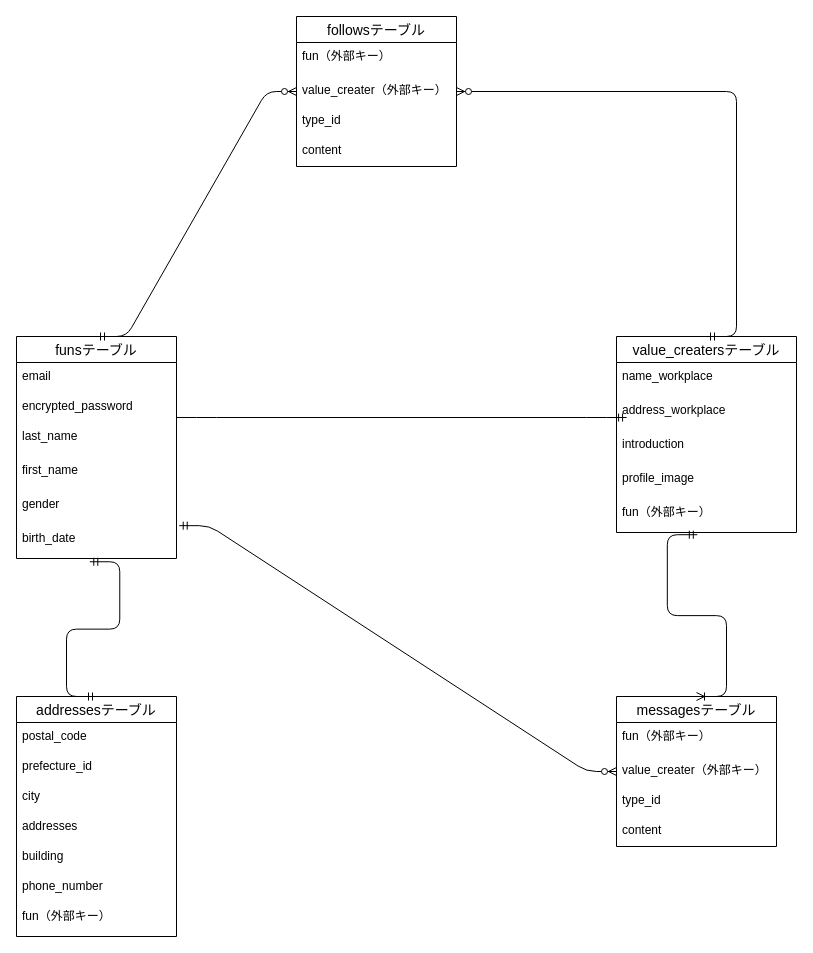
The draw.io diagram funup.dio in Onthevillage/funup, before the edit. Source tidied: cells renumbered, new cells numbered last; positions are measured from the earlier drawing's top-left corner, leaving out a move shared by most shapes. Both pictures are drawn from the tidied source at 100%, with x=0, y=0 at pixel (16, 16).
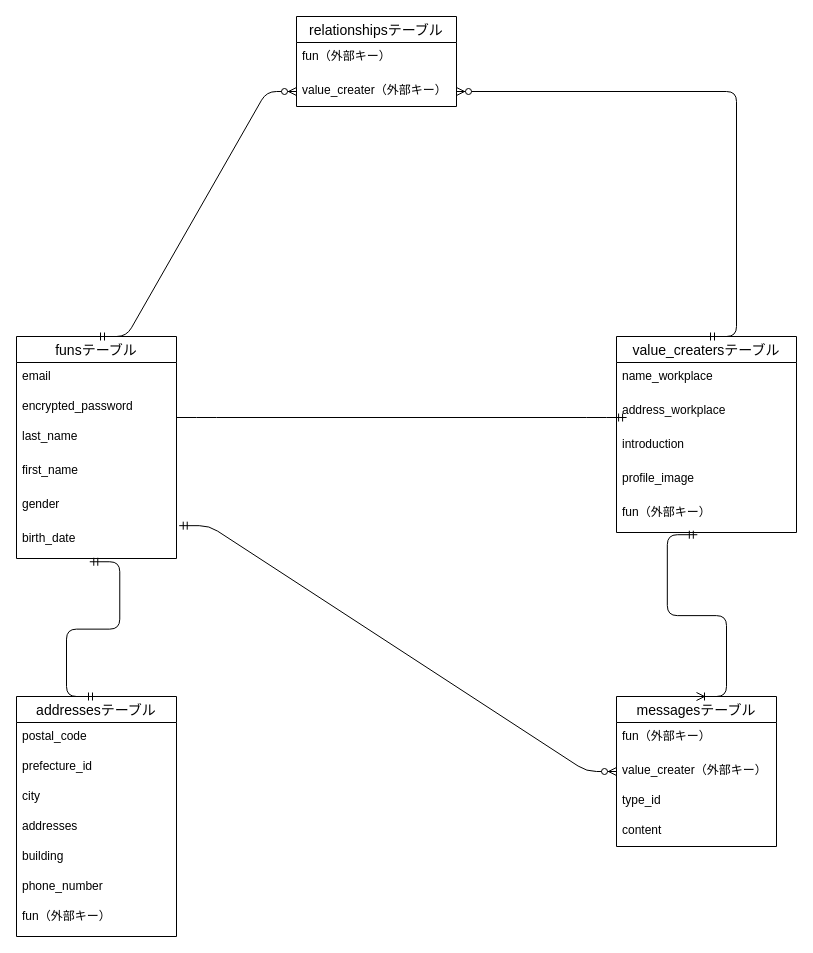
Above is the later version.

Commit message (it also covers changes not shown here):
READMEファイル作成

Change to the diagram source:
```diff
@@
-    <mxCell id="32" value="followsテーブル" style="swimlane;fontStyle=0;horizontal=1;startSize=26;align=center;fontSize=14;" parent="1" vertex="1">
-      <mxGeometry x="280" width="160" height="150" as="geometry" />
+    <mxCell id="32" value="relationshipsテーブル" style="swimlane;fontStyle=0;horizontal=1;startSize=26;align=center;fontSize=14;" parent="1" vertex="1">
+      <mxGeometry x="280" width="160" height="90" as="geometry" />
     </mxCell>
@@
-    <mxCell id="35" value="type_id" style="text;strokeColor=none;fillColor=none;spacingLeft=4;spacingRight=4;overflow=hidden;fontSize=12;" parent="32" vertex="1">
-      <mxGeometry y="90" width="160" height="30" as="geometry" />
-    </mxCell>
-    <mxCell id="36" value="content" style="text;strokeColor=none;fillColor=none;spacingLeft=4;spacingRight=4;overflow=hidden;fontSize=12;" parent="32" vertex="1">
-      <mxGeometry y="120" width="160" height="30" as="geometry" />
-    </mxCell>
```
